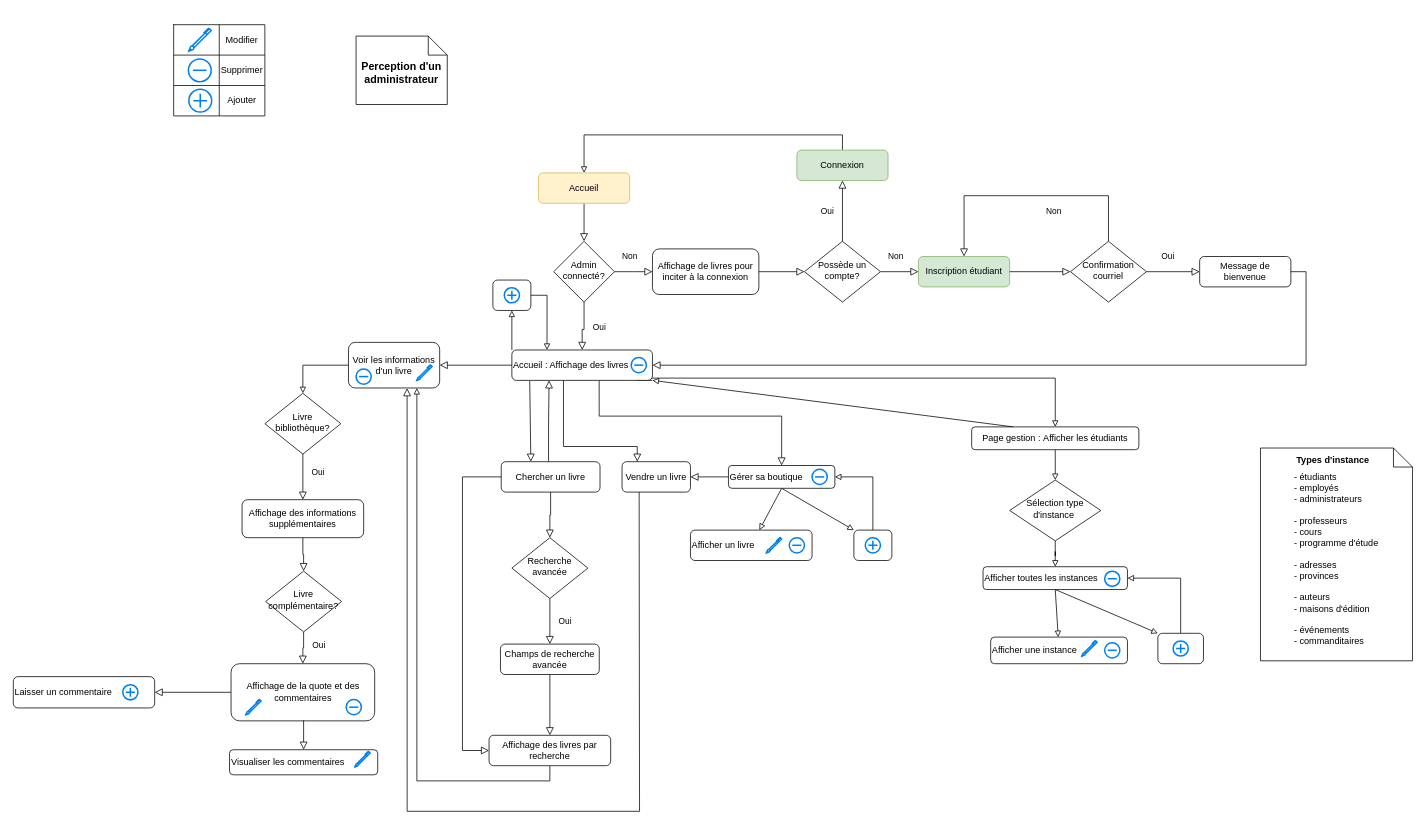
Before: page "administrateur" (3 of 3) of org/diagrammes/flow-chart/flow-chart.drawio in Feelschevreuil/vlisside-Survivor, a draw.io diagram. Source tidied: cells renumbered, new cells numbered last; positions are measured from the earlier drawing's top-left corner, leaving out a move shared by most shapes. Both pictures are drawn from the tidied source at 76%, with x=0, y=0 at pixel (13, 24).
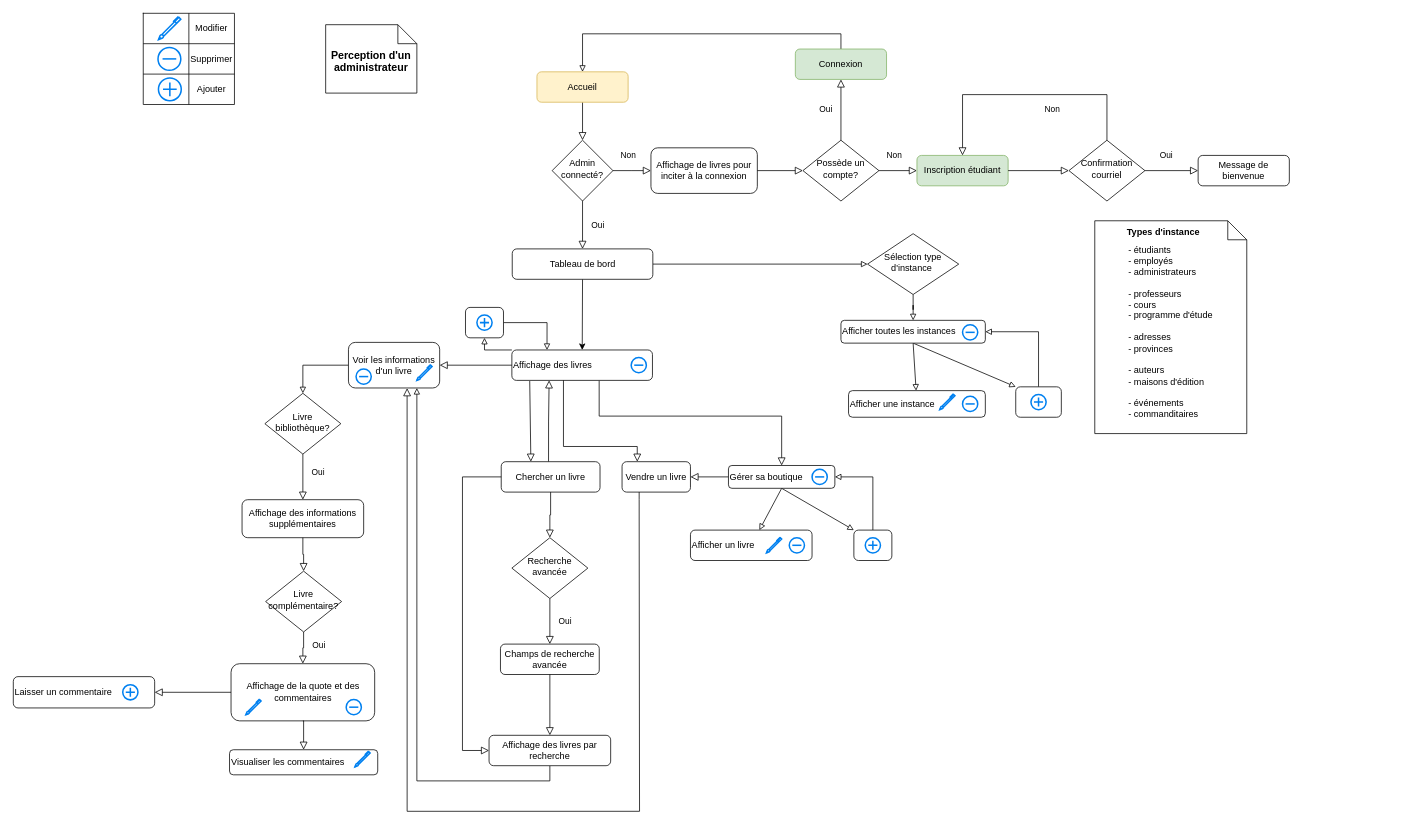
The same page after the edit.

Commit message (it also covers changes not shown here):
feat: ajout tableau de bord flow chart

Ajout de tableau de bord au flow chart pour employé et admin.

Diff of the diagram source:
```diff
@@
     <mxCell id="3" value="Accueil" style="rounded=1;whiteSpace=wrap;html=1;fontSize=12;glass=0;strokeWidth=1;shadow=0;fillColor=#fff2cc;strokeColor=#d6b656;" parent="1" vertex="1">
-      <mxGeometry x="691" y="195" width="120" height="40" as="geometry" />
+      <mxGeometry x="689" y="62" width="120" height="40" as="geometry" />
     </mxCell>
-    <mxCell id="4" value="Oui" style="rounded=0;html=1;jettySize=auto;fontSize=11;endArrow=block;endFill=0;endSize=8;strokeWidth=1;shadow=0;labelBackgroundColor=none;edgeStyle=orthogonalEdgeStyle;entryX=0.5;entryY=0;entryDx=0;entryDy=0;" parent="1" edge="1" source="6" target="10">
-      <mxGeometry y="20" relative="1" as="geometry">
-        <Array as="points">
-          <mxPoint x="751" y="401" />
-          <mxPoint x="748" y="401" />
-        </Array>
-      </mxGeometry>
+    <mxCell id="4" value="Oui" style="rounded=0;html=1;jettySize=auto;fontSize=11;endArrow=block;endFill=0;endSize=8;strokeWidth=1;shadow=0;labelBackgroundColor=none;entryX=0.5;entryY=0;entryDx=0;entryDy=0;exitX=0.5;exitY=1;exitDx=0;exitDy=0;" parent="1" edge="1" source="6" target="107">
+      <mxGeometry y="20" relative="1" as="geometry" />
     </mxCell>
@@
     <mxCell id="6" value="Admin connecté?" style="rhombus;whiteSpace=wrap;html=1;shadow=0;fontFamily=Helvetica;fontSize=12;align=center;strokeWidth=1;spacing=6;spacingTop=-4;" parent="1" vertex="1">
-      <mxGeometry x="711" y="285" width="80" height="80" as="geometry" />
+      <mxGeometry x="709" y="152" width="80" height="80" as="geometry" />
     </mxCell>
     <mxCell id="7" value="Affichage de livres pour inciter à la connexion" style="rounded=1;whiteSpace=wrap;html=1;fontSize=12;glass=0;strokeWidth=1;shadow=0;" parent="1" vertex="1">
-      <mxGeometry x="841" y="295" width="140" height="60" as="geometry" />
+      <mxGeometry x="839" y="162" width="140" height="60" as="geometry" />
     </mxCell>
-    <mxCell id="8" style="edgeStyle=orthogonalEdgeStyle;rounded=0;jettySize=auto;html=1;exitX=0;exitY=0;exitDx=0;exitDy=0;endArrow=block;endFill=0;" parent="1" edge="1" source="10" target="77">
+    <mxCell id="8" style="edgeStyle=orthogonalEdgeStyle;rounded=0;jettySize=auto;html=1;exitX=0;exitY=0;exitDx=0;exitDy=0;endArrow=block;endFill=0;entryX=0.5;entryY=1;entryDx=0;entryDy=0;" parent="1" edge="1" source="10" target="77">
       <mxGeometry relative="1" as="geometry" />
     </mxCell>
-    <mxCell id="9" style="edgeStyle=orthogonalEdgeStyle;rounded=0;jettySize=auto;html=1;exitX=1;exitY=1;exitDx=0;exitDy=0;endArrow=block;endFill=0;entryX=0.5;entryY=0;entryDx=0;entryDy=0;" parent="1" edge="1" source="10" target="95">
-      <mxGeometry relative="1" as="geometry">
-        <Array as="points">
-          <mxPoint x="820" y="465" />
-          <mxPoint x="1371" y="465" />
-        </Array>
-      </mxGeometry>
+    <mxCell id="9" style="rounded=0;jettySize=auto;html=1;exitX=1;exitY=0.5;exitDx=0;exitDy=0;endArrow=block;endFill=0;entryX=0;entryY=0.5;entryDx=0;entryDy=0;" parent="1" edge="1" source="107" target="97">
+      <mxGeometry relative="1" as="geometry" />
     </mxCell>
-    <mxCell id="10" value="Accueil : Affichage des livres" style="rounded=1;whiteSpace=wrap;html=1;fontSize=12;glass=0;strokeWidth=1;shadow=0;align=left;" parent="1" vertex="1">
+    <mxCell id="10" value="Affichage des livres" style="rounded=1;whiteSpace=wrap;html=1;fontSize=12;glass=0;strokeWidth=1;shadow=0;align=left;" parent="1" vertex="1">
       <mxGeometry x="656" y="428" width="185" height="40" as="geometry" />
     </mxCell>
     <mxCell id="11" value="Possède un compte?" style="rhombus;whiteSpace=wrap;html=1;shadow=0;fontFamily=Helvetica;fontSize=12;align=center;strokeWidth=1;spacing=6;spacingTop=-4;" parent="1" vertex="1">
-      <mxGeometry x="1041" y="285" width="100" height="80" as="geometry" />
+      <mxGeometry x="1039" y="152" width="100" height="80" as="geometry" />
     </mxCell>
@@
     <mxCell id="13" value="Inscription étudiant" style="rounded=1;whiteSpace=wrap;html=1;fontSize=12;glass=0;strokeWidth=1;shadow=0;fillColor=#d5e8d4;strokeColor=#82b366;" parent="1" vertex="1">
-      <mxGeometry x="1191" y="305" width="120" height="40" as="geometry" />
+      <mxGeometry x="1189" y="172" width="120" height="40" as="geometry" />
     </mxCell>
@@
     <mxCell id="15" value="Connexion" style="rounded=1;whiteSpace=wrap;html=1;fontSize=12;glass=0;strokeWidth=1;shadow=0;fillColor=#d5e8d4;strokeColor=#82b366;" parent="1" vertex="1">
-      <mxGeometry x="1031" y="165" width="120" height="40" as="geometry" />
+      <mxGeometry x="1029" y="32" width="120" height="40" as="geometry" />
     </mxCell>
     <mxCell id="16" value="Non" style="edgeStyle=orthogonalEdgeStyle;rounded=0;html=1;jettySize=auto;fontSize=11;endArrow=block;endFill=0;endSize=8;strokeWidth=1;shadow=0;labelBackgroundColor=none;exitX=1;exitY=0.5;exitDx=0;exitDy=0;" parent="1" edge="1" source="6">
       <mxGeometry x="-0.2" y="20" relative="1" as="geometry">
-        <mxPoint x="841" y="325" as="targetPoint" />
+        <mxPoint x="839" y="192" as="targetPoint" />
       </mxGeometry>
     </mxCell>
@@
     <mxCell id="25" value="Confirmation courriel" style="rhombus;whiteSpace=wrap;html=1;shadow=0;fontFamily=Helvetica;fontSize=12;align=center;strokeWidth=1;spacing=6;spacingTop=-4;" parent="1" vertex="1">
-      <mxGeometry x="1391" y="285" width="100" height="80" as="geometry" />
+      <mxGeometry x="1389" y="152" width="100" height="80" as="geometry" />
     </mxCell>
     <mxCell id="26" value="Oui" style="edgeStyle=orthogonalEdgeStyle;rounded=0;html=1;jettySize=auto;orthogonalLoop=1;fontSize=11;endArrow=block;endFill=0;endSize=8;strokeWidth=1;shadow=0;labelBackgroundColor=none;" parent="1" edge="1">
       <mxGeometry x="-0.2" y="20" relative="1" as="geometry">
-        <mxPoint x="1491" y="325" as="sourcePoint" />
-        <mxPoint x="1561" y="325" as="targetPoint" />
+        <mxPoint x="1489" y="192" as="sourcePoint" />
+        <mxPoint x="1559" y="192" as="targetPoint" />
       </mxGeometry>
     </mxCell>
@@
     <mxCell id="28" value="Message de bienvenue" style="rounded=1;whiteSpace=wrap;html=1;fontSize=12;glass=0;strokeWidth=1;shadow=0;" parent="1" vertex="1">
-      <mxGeometry x="1561" y="305" width="120" height="40" as="geometry" />
+      <mxGeometry x="1559" y="172" width="120" height="40" as="geometry" />
     </mxCell>
     <mxCell id="29" value="Non" style="edgeStyle=orthogonalEdgeStyle;rounded=0;html=1;jettySize=auto;fontSize=11;endArrow=block;endFill=0;endSize=8;strokeWidth=1;shadow=0;labelBackgroundColor=none;exitX=0.5;exitY=0;exitDx=0;exitDy=0;entryX=0.5;entryY=0;entryDx=0;entryDy=0;" parent="1" edge="1" source="25" target="13">
       <mxGeometry x="-0.2" y="20" relative="1" as="geometry">
         <Array as="points">
-          <mxPoint x="1441" y="225" />
-          <mxPoint x="1251" y="225" />
+          <mxPoint x="1439" y="92" />
+          <mxPoint x="1249" y="92" />
         </Array>
       </mxGeometry>
     </mxCell>
-    <mxCell id="30" style="rounded=0;html=1;jettySize=auto;fontSize=11;endArrow=block;endFill=0;endSize=8;strokeWidth=1;shadow=0;labelBackgroundColor=none;edgeStyle=orthogonalEdgeStyle;exitX=1;exitY=0.5;exitDx=0;exitDy=0;entryX=1;entryY=0.5;entryDx=0;entryDy=0;" parent="1" edge="1" source="28" target="10">
-      <mxGeometry relative="1" as="geometry" />
-    </mxCell>
@@
     <mxCell id="42" value="Perception d'un administrateur" style="shape=note2;boundedLbl=1;whiteSpace=wrap;html=1;size=25;verticalAlign=top;align=center;fontStyle=1;fontSize=14;" parent="1" vertex="1">
-      <mxGeometry x="451" y="15" width="120" height="90" as="geometry" />
+      <mxGeometry x="411" width="120" height="90" as="geometry" />
     </mxCell>
@@
     <mxCell id="58" value="Afficher toutes les instances" style="rounded=1;whiteSpace=wrap;html=1;fontSize=12;glass=0;strokeWidth=1;shadow=0;align=left;" parent="1" vertex="1">
-      <mxGeometry x="1276" y="713.2" width="190" height="30" as="geometry" />
+      <mxGeometry x="1089" y="389" width="190" height="30" as="geometry" />
     </mxCell>
@@
     <mxCell id="62" style="shape=table;html=1;whiteSpace=wrap;startSize=0;childLayout=tableLayout;fillColor=default;" parent="1" vertex="1">
-      <mxGeometry x="211" width="120" height="120" as="geometry" />
+      <mxGeometry x="171" y="-15" width="120" height="120" as="geometry" />
     </mxCell>
@@
     <mxCell id="72" style="html=1;verticalLabelPosition=bottom;align=center;labelBackgroundColor=#ffffff;verticalAlign=top;strokeWidth=2;strokeColor=#0080F0;shadow=0;dashed=0;shape=mxgraph.ios7.icons.pen;fillColor=default;" parent="1" vertex="1">
-      <mxGeometry x="231" y="5" width="29.4" height="29.7" as="geometry" />
+      <mxGeometry x="191" y="-10" width="29.4" height="29.7" as="geometry" />
     </mxCell>
     <mxCell id="73" style="html=1;verticalLabelPosition=bottom;align=center;labelBackgroundColor=#ffffff;verticalAlign=top;strokeWidth=2;strokeColor=#0080F0;shadow=0;dashed=0;shape=mxgraph.ios7.icons.add;fillColor=default;" parent="1" vertex="1">
-      <mxGeometry x="231" y="85" width="30" height="30" as="geometry" />
+      <mxGeometry x="191" y="70" width="30" height="30" as="geometry" />
     </mxCell>
     <mxCell id="74" style="html=1;verticalLabelPosition=bottom;align=center;labelBackgroundColor=#ffffff;verticalAlign=top;strokeWidth=2;strokeColor=#0080F0;shadow=0;dashed=0;shape=mxgraph.ios7.icons.delete;fillColor=default;" parent="1" vertex="1">
-      <mxGeometry x="230.4" y="45" width="30" height="30" as="geometry" />
+      <mxGeometry x="190.4" y="30" width="30" height="30" as="geometry" />
     </mxCell>
@@
     <mxCell id="77" style="rounded=1;whiteSpace=wrap;html=1;fontSize=12;glass=0;strokeWidth=1;shadow=0;" parent="1" vertex="1">
-      <mxGeometry x="631" y="336" width="50" height="40" as="geometry" />
+      <mxGeometry x="595" y="372" width="50" height="40" as="geometry" />
     </mxCell>
     <mxCell id="78" style="html=1;verticalLabelPosition=bottom;align=center;labelBackgroundColor=#ffffff;verticalAlign=top;strokeWidth=2;strokeColor=#0080F0;shadow=0;dashed=0;shape=mxgraph.ios7.icons.add;fillColor=default;" parent="1" vertex="1">
-      <mxGeometry x="646" y="346" width="20" height="20" as="geometry" />
+      <mxGeometry x="610" y="382" width="20" height="20" as="geometry" />
     </mxCell>
     <mxCell id="79" value="Afficher une instance" style="rounded=1;whiteSpace=wrap;html=1;fontSize=12;glass=0;strokeWidth=1;shadow=0;align=left;" parent="1" vertex="1">
-      <mxGeometry x="1286" y="805.8" width="180" height="35" as="geometry" />
+      <mxGeometry x="1099" y="481.5" width="180" height="35" as="geometry" />
     </mxCell>
     <mxCell id="80" style="html=1;verticalLabelPosition=bottom;align=center;labelBackgroundColor=#ffffff;verticalAlign=top;strokeWidth=2;strokeColor=#0080F0;shadow=0;dashed=0;shape=mxgraph.ios7.icons.pen;fillColor=default;" parent="1" vertex="1">
-      <mxGeometry x="1406" y="810.8" width="20" height="20" as="geometry" />
+      <mxGeometry x="1219" y="486.5" width="20" height="20" as="geometry" />
     </mxCell>
@@
     <mxCell id="84" style="rounded=1;whiteSpace=wrap;html=1;fontSize=12;glass=0;strokeWidth=1;shadow=0;" parent="1" vertex="1">
-      <mxGeometry x="1506" y="800.8" width="60" height="40" as="geometry" />
+      <mxGeometry x="1319" y="476.5" width="60" height="40" as="geometry" />
     </mxCell>
     <mxCell id="85" style="html=1;verticalLabelPosition=bottom;align=center;labelBackgroundColor=#ffffff;verticalAlign=top;strokeWidth=2;strokeColor=#0080F0;shadow=0;dashed=0;shape=mxgraph.ios7.icons.add;fillColor=default;" parent="1" vertex="1">
-      <mxGeometry x="1526" y="810.8" width="20" height="20" as="geometry" />
+      <mxGeometry x="1339" y="486.5" width="20" height="20" as="geometry" />
     </mxCell>
@@
     <mxCell id="89" style="html=1;verticalLabelPosition=bottom;align=center;labelBackgroundColor=#ffffff;verticalAlign=top;strokeWidth=2;strokeColor=#0080F0;shadow=0;dashed=0;shape=mxgraph.ios7.icons.delete;fillColor=default;" parent="1" vertex="1">
-      <mxGeometry x="1436" y="813.2" width="20" height="20" as="geometry" />
+      <mxGeometry x="1249" y="489" width="20" height="20" as="geometry" />
     </mxCell>
     <mxCell id="90" style="html=1;verticalLabelPosition=bottom;align=center;labelBackgroundColor=#ffffff;verticalAlign=top;strokeWidth=2;strokeColor=#0080F0;shadow=0;dashed=0;shape=mxgraph.ios7.icons.delete;fillColor=default;" parent="1" vertex="1">
-      <mxGeometry x="1436" y="719" width="20" height="20" as="geometry" />
+      <mxGeometry x="1249" y="394.8" width="20" height="20" as="geometry" />
     </mxCell>
@@
-    <mxCell id="93" style="edgeStyle=orthogonalEdgeStyle;rounded=0;jettySize=auto;html=1;exitX=0.5;exitY=1;exitDx=0;exitDy=0;entryX=0.5;entryY=0;entryDx=0;entryDy=0;endArrow=block;endFill=0;" parent="1" edge="1" source="95" target="97">
-      <mxGeometry relative="1" as="geometry" />
-    </mxCell>
-    <mxCell id="94" style="edgeStyle=none;rounded=0;jettySize=auto;html=1;exitX=0.25;exitY=0;exitDx=0;exitDy=0;entryX=1;entryY=1;entryDx=0;entryDy=0;fontSize=14;endArrow=block;endFill=0;" parent="1" edge="1" source="95" target="10">
-      <mxGeometry relative="1" as="geometry" />
-    </mxCell>
-    <mxCell id="95" value="Page gestion :&amp;nbsp;&lt;span style=&quot;text-align: left;&quot;&gt;Afficher les étudiants&lt;/span&gt;" style="rounded=1;whiteSpace=wrap;html=1;fontSize=12;glass=0;strokeWidth=1;shadow=0;align=center;" parent="1" vertex="1">
-      <mxGeometry x="1261" y="529.2" width="220" height="30" as="geometry" />
-    </mxCell>
@@
     <mxCell id="97" value="Sélection type d'instance&amp;nbsp;" style="rhombus;whiteSpace=wrap;html=1;shadow=0;fontFamily=Helvetica;fontSize=12;align=center;strokeWidth=1;spacing=6;spacingTop=-4;" parent="1" vertex="1">
-      <mxGeometry x="1311" y="599.2" width="120" height="80" as="geometry" />
+      <mxGeometry x="1124" y="275" width="120" height="80" as="geometry" />
     </mxCell>
     <mxCell id="98" value="&lt;div style=&quot;text-align: left;&quot;&gt;&lt;span style=&quot;background-color: initial;&quot;&gt;- étudiants&lt;/span&gt;&lt;br&gt;&lt;/div&gt;&lt;div style=&quot;text-align: left;&quot;&gt;- employés&lt;/div&gt;&lt;div style=&quot;text-align: left;&quot;&gt;- administrateurs&lt;/div&gt;&lt;div style=&quot;text-align: left;&quot;&gt;&lt;br&gt;&lt;/div&gt;&lt;div style=&quot;text-align: left;&quot;&gt;- professeurs&lt;/div&gt;&lt;div style=&quot;text-align: left;&quot;&gt;- cours&lt;/div&gt;&lt;div style=&quot;text-align: left;&quot;&gt;- programme d'étude&lt;/div&gt;&lt;div style=&quot;text-align: left;&quot;&gt;&lt;br&gt;&lt;/div&gt;&lt;div style=&quot;text-align: left;&quot;&gt;- adresses&lt;br&gt;&lt;/div&gt;&lt;div style=&quot;text-align: left;&quot;&gt;- provinces&lt;/div&gt;&lt;div style=&quot;text-align: left;&quot;&gt;&lt;br&gt;&lt;/div&gt;&lt;div style=&quot;text-align: left;&quot;&gt;- auteurs&lt;/div&gt;&lt;div style=&quot;text-align: left;&quot;&gt;- maisons d'édition&lt;/div&gt;&lt;div style=&quot;text-align: left;&quot;&gt;&lt;br&gt;&lt;/div&gt;&lt;div style=&quot;text-align: left;&quot;&gt;- événements&lt;/div&gt;&lt;div style=&quot;text-align: left;&quot;&gt;- commanditaires&lt;/div&gt;" style="shape=note2;boundedLbl=1;whiteSpace=wrap;html=1;size=25;verticalAlign=top;align=center;fontStyle=0;" parent="1" vertex="1">
-      <mxGeometry x="1641" y="557" width="200" height="280" as="geometry" />
+      <mxGeometry x="1423" y="258" width="200" height="280" as="geometry" />
     </mxCell>
     <mxCell id="99" value="Types d'instance" style="text;html=1;align=center;verticalAlign=middle;strokeColor=none;fillColor=none;fontStyle=1;" parent="1" vertex="1">
-      <mxGeometry x="1676" y="557.5" width="120" height="30" as="geometry" />
+      <mxGeometry x="1453" y="258" width="120" height="30" as="geometry" />
     </mxCell>
@@
+    <mxCell id="106" style="edgeStyle=none;rounded=0;jettySize=auto;html=1;exitX=0.5;exitY=1;exitDx=0;exitDy=0;" parent="1" edge="1" source="107" target="10">
+      <mxGeometry relative="1" as="geometry" />
+    </mxCell>
+    <mxCell id="107" value="Tableau de bord" style="rounded=1;whiteSpace=wrap;html=1;fontSize=12;glass=0;strokeWidth=1;shadow=0;align=center;" parent="1" vertex="1">
+      <mxGeometry x="656.5" y="295" width="185" height="40" as="geometry" />
+    </mxCell>
```
